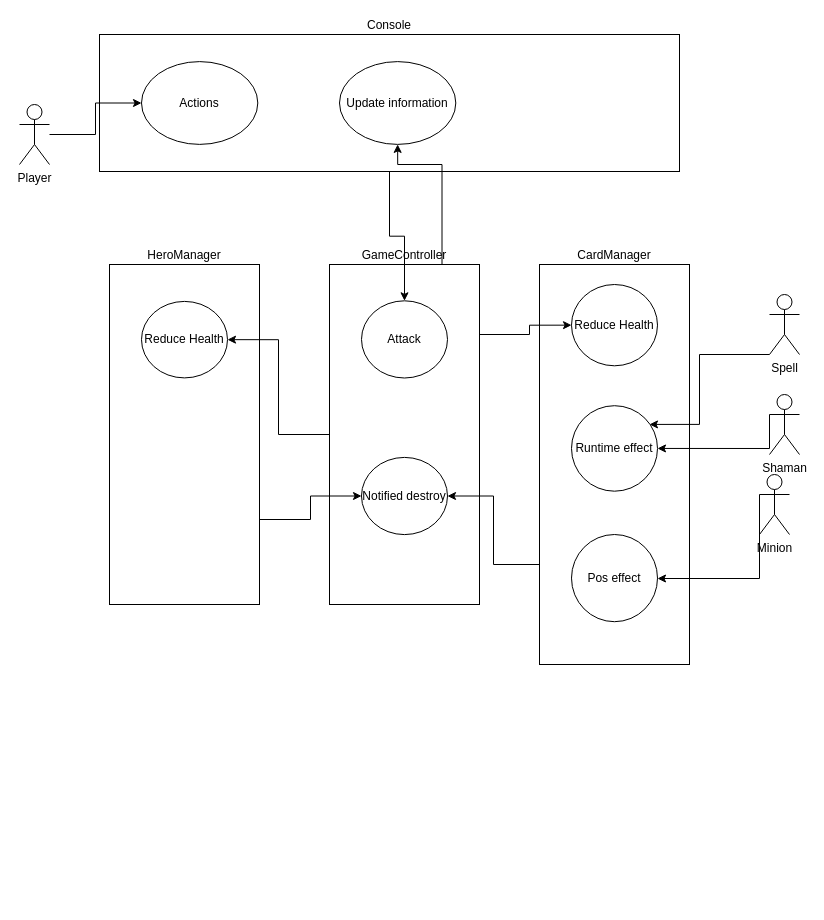
Before: page "UseCase Diagram" (3 of 5) of HealthStone.drawio in letrunghaulosta/HealthStone, a draw.io diagram. Source tidied: cells renumbered, new cells numbered last; positions are measured from the earlier drawing's top-left corner, leaving out a move shared by most shapes. Both pictures are drawn from the tidied source at 100%, with x=0, y=0 at pixel (19, 34).
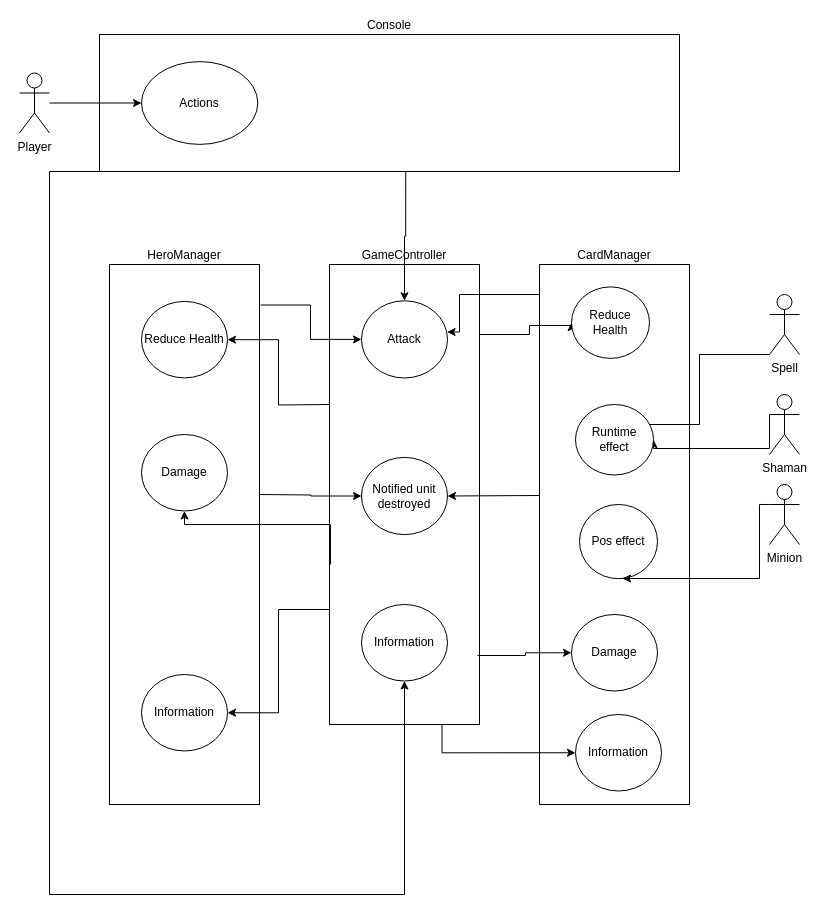
The same page after the edit.

The change refers to these unchanged cells:
```xml
<mxCell id="6" value="Attack" style="ellipse;whiteSpace=wrap;html=1;" parent="5" vertex="1">
  <mxGeometry x="32" y="32.9" width="86" height="77.2" as="geometry" />
</mxCell>
<mxCell id="13" value="&lt;div style=&quot;&quot;&gt;&lt;span style=&quot;background-color: initial;&quot;&gt;Console&lt;/span&gt;&lt;/div&gt;" style="rounded=0;html=1;align=center;labelPosition=center;verticalLabelPosition=top;verticalAlign=bottom;spacingTop=0;whiteSpace=wrap;horizontal=1;" parent="1" vertex="1">
  <mxGeometry x="80" width="580" height="137" as="geometry" />
</mxCell>
```

What changed in the source:
```diff
@@
-    <mxCell id="2" value="Minion" style="shape=umlActor;verticalLabelPosition=bottom;verticalAlign=top;html=1;outlineConnect=0;" parent="1" vertex="1">
-      <mxGeometry x="740" y="440" width="30" height="60" as="geometry" />
-    </mxCell>
-    <mxCell id="3" value="Shaman" style="shape=umlActor;verticalLabelPosition=bottom;verticalAlign=top;html=1;outlineConnect=0;" parent="1" vertex="1">
-      <mxGeometry x="750" y="360" width="30" height="60" as="geometry" />
-    </mxCell>
+    <mxCell id="32" style="group;" parent="1" vertex="1">
+      <mxGeometry x="310" y="230" width="150" height="460" as="geometry" />
+    </mxCell>
-    <mxCell id="4" value="&lt;div style=&quot;&quot;&gt;&lt;span style=&quot;background-color: initial;&quot;&gt;GameController&lt;/span&gt;&lt;/div&gt;" style="rounded=0;html=1;align=center;labelPosition=center;verticalLabelPosition=top;verticalAlign=bottom;spacingTop=0;whiteSpace=wrap;horizontal=1;" parent="1" vertex="1">
-      <mxGeometry x="310" y="230" width="150" height="340" as="geometry" />
+    <mxCell id="4" value="&lt;div style=&quot;&quot;&gt;&lt;span style=&quot;background-color: initial;&quot;&gt;GameController&lt;/span&gt;&lt;/div&gt;" style="rounded=0;html=1;align=center;labelPosition=center;verticalLabelPosition=top;verticalAlign=bottom;spacingTop=0;whiteSpace=wrap;horizontal=1;" parent="32" vertex="1">
+      <mxGeometry width="150" height="460" as="geometry" />
     </mxCell>
-    <mxCell id="5" style="group;" parent="4" vertex="1">
+    <mxCell id="5" style="group;" parent="32" vertex="1">
       <mxGeometry y="3.4" width="150" height="336.6" as="geometry" />
     </mxCell>
@@
-    <mxCell id="7" value="Notified destroy" style="ellipse;whiteSpace=wrap;html=1;" parent="5" vertex="1">
+    <mxCell id="7" value="Notified unit destroyed" style="ellipse;whiteSpace=wrap;html=1;" parent="5" vertex="1">
       <mxGeometry x="32" y="189.5" width="86" height="77.2" as="geometry" />
     </mxCell>
+    <mxCell id="33" value="Information" style="ellipse;whiteSpace=wrap;html=1;" parent="32" vertex="1">
+      <mxGeometry x="32" y="340" width="86" height="76.5" as="geometry" />
+    </mxCell>
+    <mxCell id="9" value="&lt;div style=&quot;&quot;&gt;&lt;span style=&quot;background-color: initial;&quot;&gt;HeroManager&lt;/span&gt;&lt;/div&gt;" style="rounded=0;html=1;align=center;labelPosition=center;verticalLabelPosition=top;verticalAlign=bottom;spacingTop=0;whiteSpace=wrap;horizontal=1;" parent="1" vertex="1">
+      <mxGeometry x="90" y="230" width="150" height="540" as="geometry" />
+    </mxCell>
+    <mxCell id="34" value="Information" style="ellipse;whiteSpace=wrap;html=1;" parent="9" vertex="1">
+      <mxGeometry x="32" y="410" width="86" height="76.5" as="geometry" />
+    </mxCell>
+    <mxCell id="19" value="&lt;div style=&quot;&quot;&gt;&lt;span style=&quot;background-color: initial;&quot;&gt;CardManager&lt;/span&gt;&lt;/div&gt;" style="rounded=0;html=1;align=center;labelPosition=center;verticalLabelPosition=top;verticalAlign=bottom;spacingTop=0;whiteSpace=wrap;horizontal=1;" parent="1" vertex="1">
+      <mxGeometry x="520" y="230" width="150" height="540" as="geometry" />
+    </mxCell>
+    <mxCell id="35" value="Damage" style="ellipse;whiteSpace=wrap;html=1;" parent="19" vertex="1">
+      <mxGeometry x="32" y="350" width="86" height="76.5" as="geometry" />
+    </mxCell>
+    <mxCell id="36" value="Information" style="ellipse;whiteSpace=wrap;html=1;" parent="19" vertex="1">
+      <mxGeometry x="36" y="450" width="86" height="76.5" as="geometry" />
+    </mxCell>
+    <mxCell id="21" value="Pos effect" style="ellipse;whiteSpace=wrap;html=1;" parent="19" vertex="1">
+      <mxGeometry x="40" y="240" width="78" height="74.2" as="geometry" />
+    </mxCell>
+    <mxCell id="2" value="Minion" style="shape=umlActor;verticalLabelPosition=bottom;verticalAlign=top;html=1;outlineConnect=0;" parent="1" vertex="1">
+      <mxGeometry x="750" y="450" width="30" height="60" as="geometry" />
+    </mxCell>
+    <mxCell id="3" value="Shaman" style="shape=umlActor;verticalLabelPosition=bottom;verticalAlign=top;html=1;outlineConnect=0;" parent="1" vertex="1">
+      <mxGeometry x="750" y="360" width="30" height="60" as="geometry" />
+    </mxCell>
-    <mxCell id="8" style="edgeStyle=orthogonalEdgeStyle;rounded=0;jettySize=auto;html=1;exitX=1;exitY=0.75;exitDx=0;exitDy=0;entryX=0;entryY=0.5;entryDx=0;entryDy=0;" parent="1" edge="1" source="9" target="7">
-      <mxGeometry relative="1" as="geometry" />
+    <mxCell id="8" style="edgeStyle=orthogonalEdgeStyle;rounded=0;jettySize=auto;html=1;entryX=0;entryY=0.5;entryDx=0;entryDy=0;" parent="1" edge="1" target="7">
+      <mxGeometry relative="1" as="geometry">
+        <mxPoint x="240" y="460" as="sourcePoint" />
+      </mxGeometry>
     </mxCell>
-    <mxCell id="9" value="&lt;div style=&quot;&quot;&gt;&lt;span style=&quot;background-color: initial;&quot;&gt;HeroManager&lt;/span&gt;&lt;/div&gt;" style="rounded=0;html=1;align=center;labelPosition=center;verticalLabelPosition=top;verticalAlign=bottom;spacingTop=0;whiteSpace=wrap;horizontal=1;" parent="1" vertex="1">
-      <mxGeometry x="90" y="230" width="150" height="340" as="geometry" />
-    </mxCell>
-    <mxCell id="10" style="group;" parent="9" vertex="1">
-      <mxGeometry y="4.1" width="150" height="335.9" as="geometry" />
-    </mxCell>
-    <mxCell id="11" value="Reduce Health" style="ellipse;whiteSpace=wrap;html=1;" parent="10" vertex="1">
-      <mxGeometry x="32" y="32.8" width="86" height="76.5" as="geometry" />
-    </mxCell>
+    <mxCell id="37" style="edgeStyle=orthogonalEdgeStyle;rounded=0;jettySize=auto;html=1;exitX=1.008;exitY=0.075;exitDx=0;exitDy=0;exitPerimeter=0;" parent="1" edge="1" source="9" target="6">
+      <mxGeometry relative="1" as="geometry" />
+    </mxCell>
-    <mxCell id="12" style="edgeStyle=orthogonalEdgeStyle;rounded=0;jettySize=auto;html=1;exitX=0.5;exitY=1;exitDx=0;exitDy=0;entryX=0.5;entryY=0;entryDx=0;entryDy=0;" parent="1" edge="1" source="13" target="6">
+    <mxCell id="12" style="edgeStyle=orthogonalEdgeStyle;rounded=0;jettySize=auto;html=1;entryX=0.5;entryY=0;entryDx=0;entryDy=0;exitX=0.528;exitY=1.004;exitDx=0;exitDy=0;exitPerimeter=0;" parent="1" edge="1" source="13" target="6">
       <mxGeometry relative="1" as="geometry" />
     </mxCell>
+    <mxCell id="38" style="edgeStyle=orthogonalEdgeStyle;rounded=0;jettySize=auto;html=1;exitX=0.25;exitY=1;exitDx=0;exitDy=0;entryX=0.5;entryY=1;entryDx=0;entryDy=0;" parent="1" edge="1" source="13" target="33">
+      <mxGeometry relative="1" as="geometry">
+        <Array as="points">
+          <mxPoint x="30" y="137" />
+          <mxPoint x="30" y="860" />
+          <mxPoint x="385" y="860" />
+        </Array>
+      </mxGeometry>
+    </mxCell>
@@
-    <mxCell id="15" value="Update information" style="ellipse;whiteSpace=wrap;html=1;" parent="13" vertex="1">
-      <mxGeometry x="240" y="27.1" width="116.3" height="82.8" as="geometry" />
-    </mxCell>
@@
     <mxCell id="17" value="Player" style="shape=umlActor;verticalLabelPosition=bottom;verticalAlign=top;html=1;outlineConnect=0;" parent="1" vertex="1">
-      <mxGeometry y="70" width="30" height="60" as="geometry" />
+      <mxGeometry y="38.5" width="30" height="60" as="geometry" />
     </mxCell>
-    <mxCell id="18" style="group;" parent="1" vertex="1">
-      <mxGeometry x="520" y="230" width="150" height="400" as="geometry" />
-    </mxCell>
-    <mxCell id="19" value="&lt;div style=&quot;&quot;&gt;&lt;span style=&quot;background-color: initial;&quot;&gt;CardManager&lt;/span&gt;&lt;/div&gt;" style="rounded=0;html=1;align=center;labelPosition=center;verticalLabelPosition=top;verticalAlign=bottom;spacingTop=0;whiteSpace=wrap;horizontal=1;" parent="18" vertex="1">
-      <mxGeometry width="150" height="400" as="geometry" />
-    </mxCell>
-    <mxCell id="20" style="group;" parent="18" vertex="1">
-      <mxGeometry y="3.4" width="150" height="396.6" as="geometry" />
-    </mxCell>
-    <mxCell id="21" value="Pos effect" style="ellipse;whiteSpace=wrap;html=1;" parent="20" vertex="1">
-      <mxGeometry x="32" y="266.6" width="86" height="87.2" as="geometry" />
-    </mxCell>
-    <mxCell id="22" value="Reduce Health" style="ellipse;whiteSpace=wrap;html=1;" parent="20" vertex="1">
-      <mxGeometry x="32" y="16.6" width="86" height="81.3" as="geometry" />
-    </mxCell>
-    <mxCell id="23" value="Runtime effect" style="ellipse;whiteSpace=wrap;html=1;" parent="18" vertex="1">
-      <mxGeometry x="32" y="141.2" width="86" height="85.5" as="geometry" />
-    </mxCell>
@@
-    <mxCell id="26" style="edgeStyle=orthogonalEdgeStyle;rounded=0;jettySize=auto;html=1;exitX=0;exitY=0.5;exitDx=0;exitDy=0;entryX=1;entryY=0.5;entryDx=0;entryDy=0;" parent="1" edge="1" source="4" target="11">
-      <mxGeometry relative="1" as="geometry" />
+    <mxCell id="26" style="edgeStyle=orthogonalEdgeStyle;rounded=0;jettySize=auto;html=1;entryX=1;entryY=0.5;entryDx=0;entryDy=0;" parent="1" edge="1" target="11">
+      <mxGeometry relative="1" as="geometry">
+        <mxPoint x="310" y="370" as="sourcePoint" />
+      </mxGeometry>
     </mxCell>
@@
-    <mxCell id="30" style="edgeStyle=orthogonalEdgeStyle;rounded=0;jettySize=auto;html=1;exitX=0.75;exitY=0;exitDx=0;exitDy=0;entryX=0.5;entryY=1;entryDx=0;entryDy=0;" parent="1" edge="1" source="4" target="15">
-      <mxGeometry relative="1" as="geometry">
-        <Array as="points">
-          <mxPoint x="423" y="130" />
-          <mxPoint x="378" y="130" />
-        </Array>
-      </mxGeometry>
-    </mxCell>
-    <mxCell id="31" style="edgeStyle=orthogonalEdgeStyle;rounded=0;jettySize=auto;html=1;exitX=0;exitY=0.75;exitDx=0;exitDy=0;entryX=1;entryY=0.5;entryDx=0;entryDy=0;" parent="1" edge="1" source="19" target="7">
-      <mxGeometry relative="1" as="geometry" />
+    <mxCell id="31" style="edgeStyle=orthogonalEdgeStyle;rounded=0;jettySize=auto;html=1;entryX=1;entryY=0.5;entryDx=0;entryDy=0;" parent="1" edge="1" target="7">
+      <mxGeometry relative="1" as="geometry">
+        <mxPoint x="520" y="461" as="sourcePoint" />
+      </mxGeometry>
     </mxCell>
+    <mxCell id="39" style="edgeStyle=orthogonalEdgeStyle;rounded=0;jettySize=auto;html=1;entryX=0.995;entryY=0.404;entryDx=0;entryDy=0;entryPerimeter=0;" parent="1" edge="1" target="6">
+      <mxGeometry relative="1" as="geometry">
+        <mxPoint x="520" y="260" as="sourcePoint" />
+        <Array as="points">
+          <mxPoint x="440" y="260" />
+          <mxPoint x="440" y="297" />
+        </Array>
+      </mxGeometry>
+    </mxCell>
+    <mxCell id="40" style="edgeStyle=orthogonalEdgeStyle;rounded=0;jettySize=auto;html=1;entryX=0.5;entryY=1;entryDx=0;entryDy=0;" parent="1" edge="1" target="42">
+      <mxGeometry relative="1" as="geometry">
+        <mxPoint x="311" y="530" as="sourcePoint" />
+        <Array as="points">
+          <mxPoint x="311" y="490" />
+          <mxPoint x="165" y="490" />
+        </Array>
+      </mxGeometry>
+    </mxCell>
+    <mxCell id="41" style="edgeStyle=orthogonalEdgeStyle;rounded=0;jettySize=auto;html=1;exitX=0.987;exitY=0.85;exitDx=0;exitDy=0;entryX=0;entryY=0.5;entryDx=0;entryDy=0;exitPerimeter=0;" parent="1" edge="1" source="4" target="35">
+      <mxGeometry relative="1" as="geometry">
+        <Array as="points">
+          <mxPoint x="506" y="621" />
+          <mxPoint x="506" y="618" />
+        </Array>
+      </mxGeometry>
+    </mxCell>
+    <mxCell id="10" style="group;" parent="1" vertex="1">
+      <mxGeometry x="90" y="234.1" width="150" height="335.9" as="geometry" />
+    </mxCell>
+    <mxCell id="11" value="Reduce Health" style="ellipse;whiteSpace=wrap;html=1;" parent="10" vertex="1">
+      <mxGeometry x="32" y="32.8" width="86" height="76.5" as="geometry" />
+    </mxCell>
+    <mxCell id="42" value="Damage" style="ellipse;whiteSpace=wrap;html=1;" parent="1" vertex="1">
+      <mxGeometry x="122" y="400" width="86" height="76.5" as="geometry" />
+    </mxCell>
+    <mxCell id="20" style="group;" parent="1" vertex="1">
+      <mxGeometry x="520" y="234" width="150" height="440" as="geometry" />
+    </mxCell>
+    <mxCell id="22" value="Reduce Health" style="ellipse;whiteSpace=wrap;html=1;" parent="20" vertex="1">
+      <mxGeometry x="32" y="18.4" width="78" height="71.5" as="geometry" />
+    </mxCell>
+    <mxCell id="43" style="edgeStyle=orthogonalEdgeStyle;rounded=0;orthogonalLoop=1;jettySize=auto;html=1;exitX=0.5;exitY=1;exitDx=0;exitDy=0;" parent="20" edge="1" source="22" target="22">
+      <mxGeometry relative="1" as="geometry" />
+    </mxCell>
+    <mxCell id="23" value="Runtime effect" style="ellipse;whiteSpace=wrap;html=1;" parent="1" vertex="1">
+      <mxGeometry x="556" y="370" width="78" height="70.5" as="geometry" />
+    </mxCell>
+    <mxCell id="44" style="edgeStyle=orthogonalEdgeStyle;rounded=0;jettySize=auto;html=1;exitX=0;exitY=0.75;exitDx=0;exitDy=0;entryX=1;entryY=0.5;entryDx=0;entryDy=0;" parent="1" edge="1" source="4" target="34">
+      <mxGeometry relative="1" as="geometry" />
+    </mxCell>
+    <mxCell id="45" style="edgeStyle=orthogonalEdgeStyle;rounded=0;jettySize=auto;html=1;exitX=0.75;exitY=1;exitDx=0;exitDy=0;entryX=0;entryY=0.5;entryDx=0;entryDy=0;" parent="1" edge="1" source="4" target="36">
+      <mxGeometry relative="1" as="geometry" />
+    </mxCell>
```
